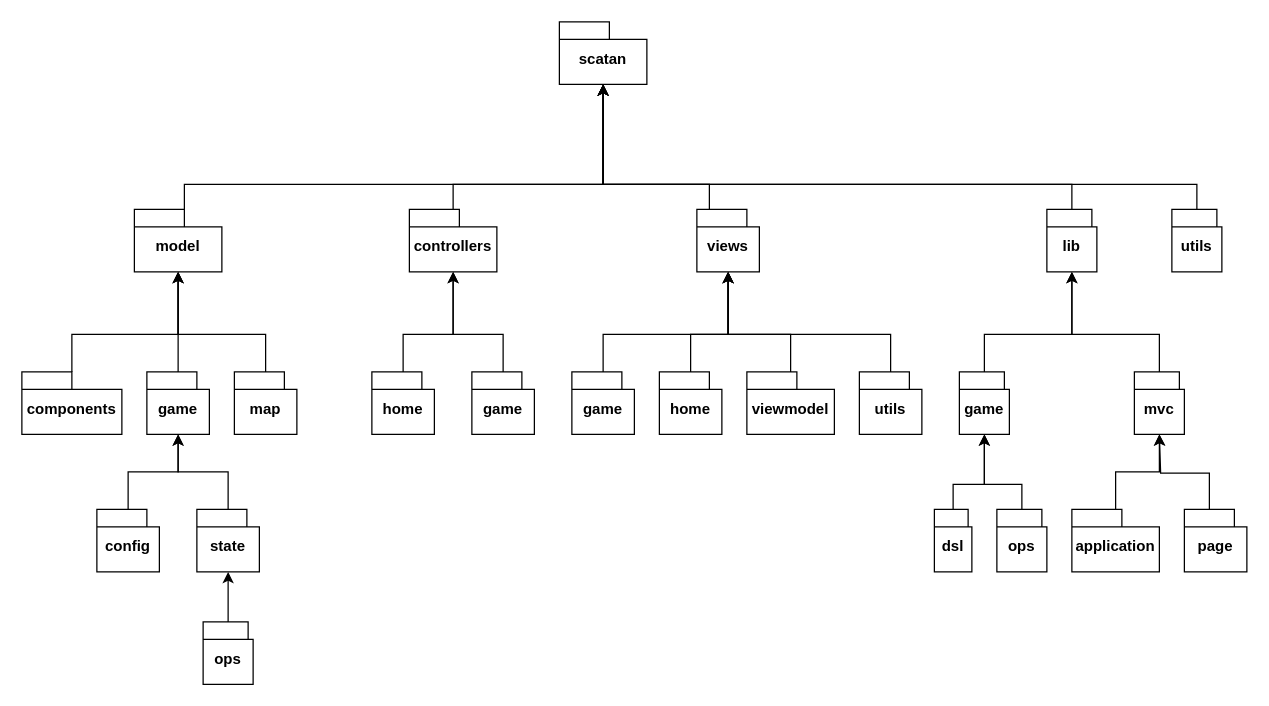
Before: page "Packages" (4 of 4) of scatan.drawio in zucchero-sintattico/pps-22-scatan, a draw.io diagram. Source tidied: cells renumbered, new cells numbered last; positions are measured from the earlier drawing's top-left corner, leaving out a move shared by most shapes. Both pictures are drawn from the tidied source at 125%, with x=0, y=0 at pixel (21, 21).
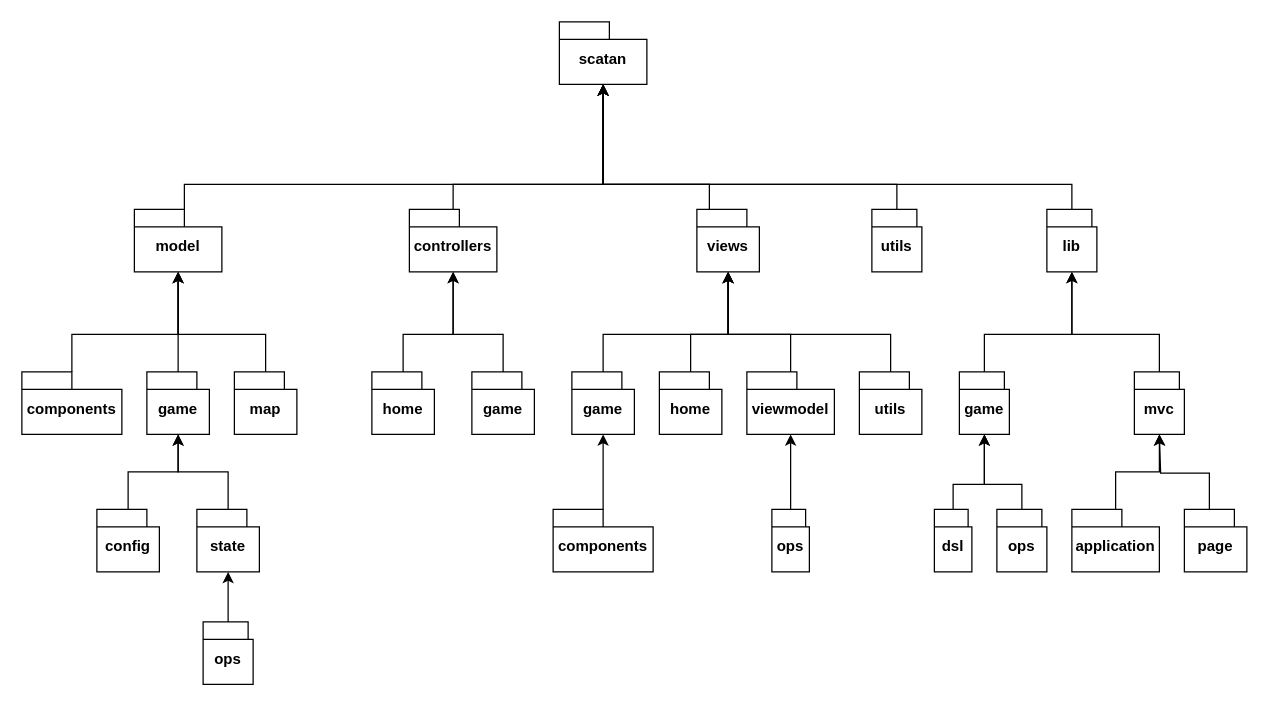
Above is the later version.

Commit message:
docs(uml): update packages diagram

Unchanged cells that the change refers to:
```xml
<mxCell id="2" value="scatan" style="shape=folder;fontStyle=1;spacingTop=10;tabWidth=40;tabHeight=14;tabPosition=left;html=1;whiteSpace=wrap;" parent="1" vertex="1">
  <mxGeometry x="430" width="70" height="50" as="geometry" />
</mxCell>
<mxCell id="23" value="game" style="shape=folder;fontStyle=1;spacingTop=10;tabWidth=40;tabHeight=14;tabPosition=left;html=1;whiteSpace=wrap;" parent="1" vertex="1">
  <mxGeometry x="440" y="280" width="50" height="50" as="geometry" />
</mxCell>
<mxCell id="27" value="viewmodel" style="shape=folder;fontStyle=1;spacingTop=10;tabWidth=40;tabHeight=14;tabPosition=left;html=1;whiteSpace=wrap;" parent="1" vertex="1">
  <mxGeometry x="580" y="280" width="70" height="50" as="geometry" />
</mxCell>
```

Diff of the diagram source:
```diff
@@
     <mxCell id="7" value="utils" style="shape=folder;fontStyle=1;spacingTop=10;tabWidth=40;tabHeight=14;tabPosition=left;html=1;whiteSpace=wrap;" parent="1" vertex="1">
-      <mxGeometry x="920" y="150" width="40" height="50" as="geometry" />
+      <mxGeometry x="680" y="150" width="40" height="50" as="geometry" />
     </mxCell>
@@
-    <mxCell id="12" style="edgeStyle=orthogonalEdgeStyle;rounded=0;jettySize=auto;html=1;entryX=0.5;entryY=1;entryDx=0;entryDy=0;entryPerimeter=0;" parent="1" edge="1" source="7" target="2">
-      <mxGeometry relative="1" as="geometry">
-        <Array as="points">
-          <mxPoint x="940" y="130" />
-          <mxPoint x="465" y="130" />
-        </Array>
-      </mxGeometry>
-    </mxCell>
@@
+    <mxCell id="49" style="edgeStyle=orthogonalEdgeStyle;rounded=0;jettySize=auto;html=1;" parent="1" edge="1" source="50" target="23">
+      <mxGeometry relative="1" as="geometry" />
+    </mxCell>
+    <mxCell id="50" value="components" style="shape=folder;fontStyle=1;spacingTop=10;tabWidth=40;tabHeight=14;tabPosition=left;html=1;whiteSpace=wrap;" parent="1" vertex="1">
+      <mxGeometry x="425" y="390" width="80" height="50" as="geometry" />
+    </mxCell>
+    <mxCell id="12" style="edgeStyle=orthogonalEdgeStyle;rounded=0;jettySize=auto;html=1;entryX=0.5;entryY=1;entryDx=0;entryDy=0;entryPerimeter=0;" parent="1" edge="1" source="7" target="2">
+      <mxGeometry relative="1" as="geometry">
+        <Array as="points">
+          <mxPoint x="700" y="130" />
+          <mxPoint x="465" y="130" />
+        </Array>
+      </mxGeometry>
+    </mxCell>
+    <mxCell id="51" style="edgeStyle=orthogonalEdgeStyle;rounded=0;jettySize=auto;html=1;" parent="1" edge="1" source="52" target="27">
+      <mxGeometry relative="1" as="geometry" />
+    </mxCell>
+    <mxCell id="52" value="ops" style="shape=folder;fontStyle=1;spacingTop=10;tabWidth=40;tabHeight=14;tabPosition=left;html=1;whiteSpace=wrap;" parent="1" vertex="1">
+      <mxGeometry x="600" y="390" width="30" height="50" as="geometry" />
+    </mxCell>
```
